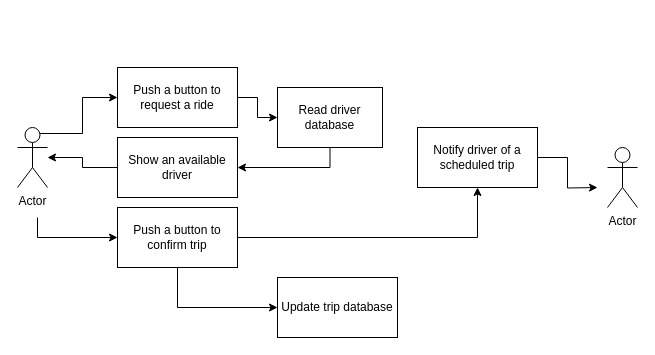
This is UseCase0Storyboard.drawio from TeamScrummers/Documentation, a draw.io file, before an edit. Source tidied: cells renumbered, new cells numbered last; positions are measured from the earlier drawing's top-left corner, leaving out a move shared by most shapes. Both pictures are drawn from the tidied source at 100%, with x=0, y=0 at pixel (17, 67).
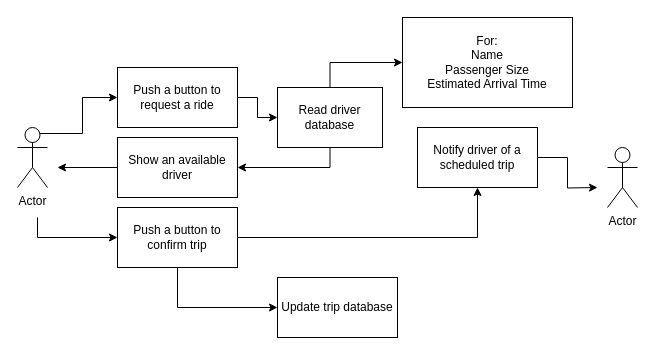
The same diagram, later.

The change refers to these unchanged cells:
```xml
<mxCell id="6" value="Actor" style="shape=umlActor;verticalLabelPosition=bottom;verticalAlign=top;html=1;outlineConnect=0;" parent="1" vertex="1">
  <mxGeometry y="60" width="30" height="60" as="geometry" />
</mxCell>
<mxCell id="8" value="Show an available driver" style="rounded=0;whiteSpace=wrap;html=1;" parent="1" vertex="1">
  <mxGeometry x="100" y="70" width="120" height="60" as="geometry" />
</mxCell>
<mxCell id="14" value="Read driver database" style="rounded=0;whiteSpace=wrap;html=1;" parent="1" vertex="1">
  <mxGeometry x="260" y="20" width="105" height="60" as="geometry" />
</mxCell>
```

What changed in the source:
```diff
@@
-    <mxCell id="7" style="edgeStyle=orthogonalEdgeStyle;rounded=0;jettySize=auto;html=1;" parent="1" edge="1" source="8" target="6">
-      <mxGeometry relative="1" as="geometry" />
+    <mxCell id="7" style="edgeStyle=orthogonalEdgeStyle;rounded=0;jettySize=auto;html=1;" parent="1" edge="1" source="8">
+      <mxGeometry relative="1" as="geometry">
+        <mxPoint x="40" y="100" as="targetPoint" />
+      </mxGeometry>
     </mxCell>
@@
+    <mxCell id="18" style="edgeStyle=orthogonalEdgeStyle;rounded=0;jettySize=auto;html=1;entryX=0;entryY=0.5;entryDx=0;entryDy=0;exitX=0.5;exitY=0;exitDx=0;exitDy=0;" parent="1" edge="1" source="14" target="19">
+      <mxGeometry relative="1" as="geometry" />
+    </mxCell>
@@
+    <mxCell id="19" value="&lt;div&gt;For:&lt;/div&gt;&lt;div&gt;Name&lt;/div&gt;&lt;div&gt;Passenger Size&lt;/div&gt;&lt;div&gt;Estimated Arrival Time&lt;br&gt;&lt;/div&gt;" style="rounded=0;whiteSpace=wrap;html=1;" parent="1" vertex="1">
+      <mxGeometry x="385" y="-50" width="170" height="90" as="geometry" />
+    </mxCell>
```
